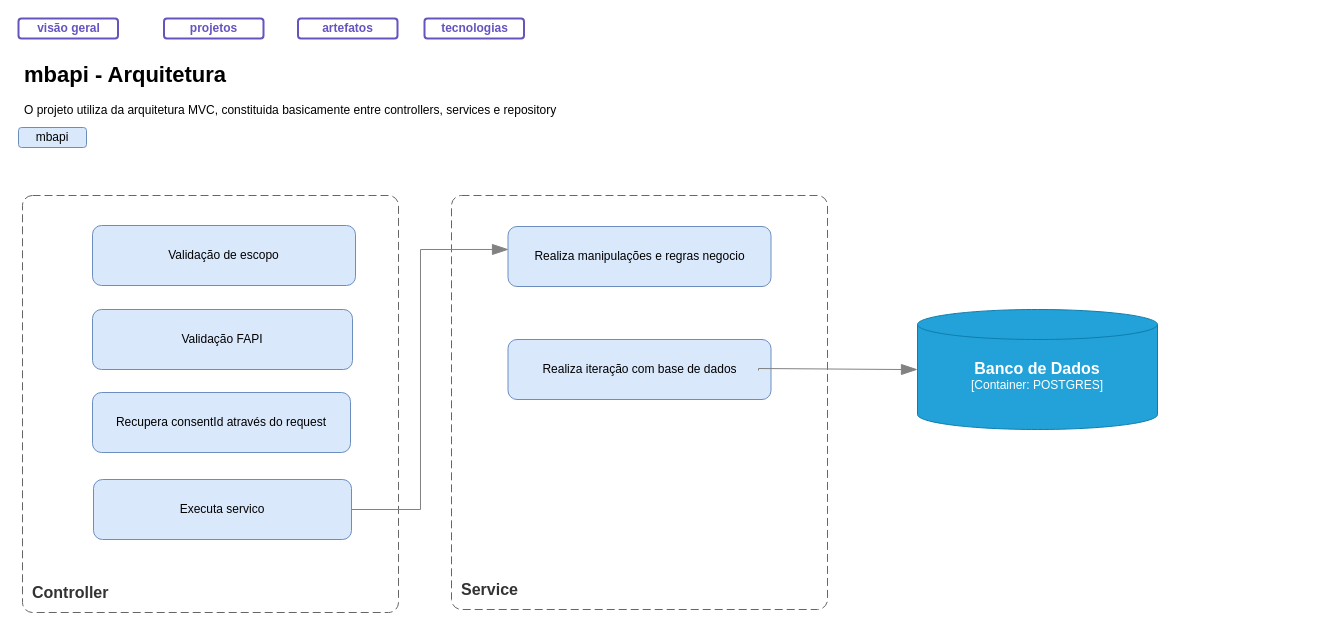
andretrindade/mock-bank-project keeps this draw.io diagram as page "mbapi - Arquitetura" (12 of 18) of as-is-mock-bank.drawio. Above is the earlier version. Source tidied: cells renumbered, new cells numbered last; positions are measured from the earlier drawing's top-left corner, leaving out a move shared by most shapes. Both pictures are drawn from the tidied source at 100%, with x=0, y=0 at pixel (18, 18).
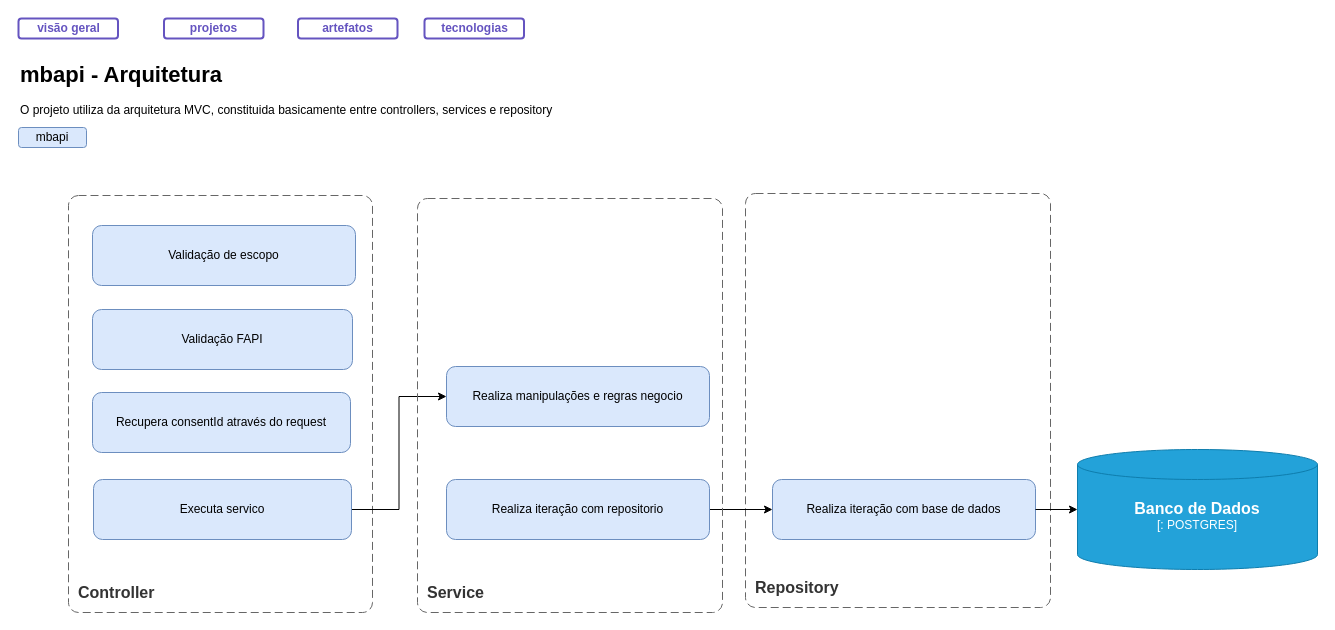
The same page after the edit.

Unchanged cells that the change refers to:
```xml
<mxCell id="10" value="Executa servico" style="rounded=1;whiteSpace=wrap;html=1;fillColor=#dae8fc;strokeColor=#6c8ebf;" parent="1" vertex="1">
  <mxGeometry x="75" y="461" width="258" height="60" as="geometry" />
</mxCell>
```

Change to the diagram source:
```diff
@@
     <object id="4" label="&lt;font style=&quot;font-size: 16px&quot;&gt;&lt;b&gt;&lt;div style=&quot;text-align: left&quot;&gt;%c4Name%&lt;/div&gt;&lt;/b&gt;&lt;/font&gt;&lt;div style=&quot;text-align: left&quot;&gt;&lt;/div&gt;" c4Name="Controller" placeholders="1">
       <mxCell style="rounded=1;fontSize=11;whiteSpace=wrap;html=1;dashed=1;arcSize=20;fillColor=none;strokeColor=#666666;fontColor=#333333;labelBackgroundColor=none;align=left;verticalAlign=bottom;labelBorderColor=none;spacingTop=0;spacing=10;dashPattern=8 4;perimeter=rectanglePerimeter;noLabel=0;labelPadding=0;absoluteArcSize=1;" parent="1" vertex="1">
-        <mxGeometry x="4" y="177" width="376" height="417" as="geometry" />
+        <mxGeometry x="50" y="177" width="304" height="417" as="geometry" />
       </mxCell>
     </object>
@@
-    <object id="6" label="&lt;font style=&quot;font-size: 16px&quot;&gt;&lt;b&gt;&lt;div style=&quot;text-align: left&quot;&gt;%c4Name%&lt;/div&gt;&lt;/b&gt;&lt;/font&gt;&lt;div style=&quot;text-align: left&quot;&gt;&lt;/div&gt;" c4Name="Service" placeholders="1">
+    <object id="6" label="&lt;font style=&quot;font-size: 16px&quot;&gt;&lt;b&gt;&lt;div style=&quot;text-align: left&quot;&gt;%c4Name%&lt;/div&gt;&lt;/b&gt;&lt;/font&gt;&lt;div style=&quot;text-align: left&quot;&gt;&lt;/div&gt;" c4Name="Repository" placeholders="1">
       <mxCell style="rounded=1;fontSize=11;whiteSpace=wrap;html=1;dashed=1;arcSize=20;fillColor=none;strokeColor=#666666;fontColor=#333333;labelBackgroundColor=none;align=left;verticalAlign=bottom;labelBorderColor=none;spacingTop=0;spacing=10;dashPattern=8 4;perimeter=rectanglePerimeter;noLabel=0;labelPadding=0;absoluteArcSize=1;" parent="1" vertex="1">
-        <mxGeometry x="433" y="177" width="376" height="414" as="geometry" />
+        <mxGeometry x="727" y="175" width="305" height="414" as="geometry" />
       </mxCell>
     </object>
     <mxCell id="7" value="Realiza manipulações e regras negocio" style="rounded=1;whiteSpace=wrap;html=1;fillColor=#dae8fc;strokeColor=#6c8ebf;" parent="1" vertex="1">
-      <mxGeometry x="489.5" y="208" width="263" height="60" as="geometry" />
+      <mxGeometry x="428" y="348" width="263" height="60" as="geometry" />
     </mxCell>
+    <mxCell id="19" style="edgeStyle=orthogonalEdgeStyle;rounded=0;jettySize=auto;html=1;entryX=0;entryY=0.5;entryDx=0;entryDy=0;" parent="1" edge="1" source="8" target="21">
+      <mxGeometry relative="1" as="geometry" />
+    </mxCell>
-    <mxCell id="8" value="Realiza iteração com base de dados" style="rounded=1;whiteSpace=wrap;html=1;fillColor=#dae8fc;strokeColor=#6c8ebf;" parent="1" vertex="1">
-      <mxGeometry x="489.5" y="321" width="263" height="60" as="geometry" />
+    <mxCell id="8" value="Realiza iteração com repositorio" style="rounded=1;whiteSpace=wrap;html=1;fillColor=#dae8fc;strokeColor=#6c8ebf;" parent="1" vertex="1">
+      <mxGeometry x="428" y="461" width="263" height="60" as="geometry" />
     </mxCell>
-    <mxCell id="9" style="endArrow=blockThin;html=1;fontSize=10;fontColor=#404040;strokeWidth=1;endFill=1;strokeColor=#828282;elbow=vertical;endSize=14;startSize=14;jumpStyle=arc;jumpSize=16;rounded=0;edgeStyle=orthogonalEdgeStyle;exitX=1;exitY=0.5;exitDx=0;exitDy=0;entryX=0.002;entryY=0.383;entryDx=0;entryDy=0;entryPerimeter=0;" parent="1" edge="1" source="10" target="7">
-      <mxGeometry relative="1" as="geometry">
-        <Array as="points">
-          <mxPoint x="402" y="491" />
-          <mxPoint x="402" y="231" />
-        </Array>
-      </mxGeometry>
+    <mxCell id="9" style="edgeStyle=orthogonalEdgeStyle;rounded=0;jettySize=auto;html=1;entryX=0;entryY=0.5;entryDx=0;entryDy=0;" parent="1" edge="1" source="10" target="7">
+      <mxGeometry relative="1" as="geometry" />
     </mxCell>
@@
-    <object id="11" label="&lt;font style=&quot;font-size: 16px&quot;&gt;&lt;b&gt;%c4Name%&lt;/b&gt;&lt;/font&gt;&lt;div&gt;[%c4Type%:&amp;nbsp;%c4Technology%]&lt;/div&gt;&lt;br&gt;&lt;div&gt;&lt;font style=&quot;font-size: 11px&quot;&gt;&lt;font color=&quot;#E6E6E6&quot;&gt;%c4Description%&lt;/font&gt;&lt;/div&gt;" c4Description="" c4Name="Banco de Dados" c4Technology="POSTGRES" c4Type="Container" placeholders="1">
+    <object id="11" label="&lt;font style=&quot;font-size: 16px&quot;&gt;&lt;b&gt;%c4Name%&lt;/b&gt;&lt;/font&gt;&lt;div&gt;[%c4Type%:&amp;nbsp;%c4Technology%]&lt;/div&gt;&lt;br&gt;&lt;div&gt;&lt;font style=&quot;font-size: 11px&quot;&gt;&lt;font color=&quot;#E6E6E6&quot;&gt;%c4Description%&lt;/font&gt;&lt;/div&gt;" c4Description="" c4Name="Banco de Dados" c4Technology="POSTGRES" c4Type="" placeholders="1">
       <mxCell style="shape=cylinder3;size=15;whiteSpace=wrap;html=1;boundedLbl=1;rounded=0;labelBackgroundColor=none;fillColor=#23A2D9;fontSize=12;fontColor=#ffffff;align=center;strokeColor=#0E7DAD;points=[[0.5,0,0],[1,0.25,0],[1,0.5,0],[1,0.75,0],[0.5,1,0],[0,0.75,0],[0,0.5,0],[0,0.25,0]];" parent="1" vertex="1">
-        <mxGeometry x="899" y="291" width="240" height="120" as="geometry" />
+        <mxGeometry x="1059" y="431" width="240" height="120" as="geometry" />
       </mxCell>
     </object>
-    <mxCell id="12" style="endArrow=blockThin;html=1;fontSize=10;fontColor=#404040;strokeWidth=1;endFill=1;strokeColor=#828282;elbow=vertical;endSize=14;startSize=14;jumpStyle=arc;jumpSize=16;rounded=0;edgeStyle=orthogonalEdgeStyle;exitX=1;exitY=0.5;exitDx=0;exitDy=0;entryX=0;entryY=0.5;entryDx=0;entryDy=0;entryPerimeter=0;" parent="1" edge="1" target="11">
-      <mxGeometry relative="1" as="geometry">
-        <mxPoint x="740" y="352" as="sourcePoint" />
-        <Array as="points">
-          <mxPoint x="740" y="350" />
-          <mxPoint x="866" y="350" />
-          <mxPoint x="866" y="351" />
-        </Array>
-      </mxGeometry>
-    </mxCell>
     <mxCell id="13" value="&lt;div&gt;&lt;b&gt;&lt;font style=&quot;font-size: 22px;&quot;&gt;mbapi - Arquitetura&lt;/font&gt;&lt;/b&gt;&lt;/div&gt;&lt;div&gt;&lt;span style=&quot;background-color: transparent; color: light-dark(rgb(0, 0, 0), rgb(255, 255, 255));&quot;&gt;&lt;br&gt;&lt;/span&gt;&lt;/div&gt;&lt;div&gt;&lt;span style=&quot;background-color: transparent; color: light-dark(rgb(0, 0, 0), rgb(255, 255, 255));&quot;&gt;O projeto utiliza da arquitetura MVC, constituida basicamente entre controllers, services e repository&lt;/span&gt;&lt;/div&gt;" style="text;html=1;align=left;verticalAlign=top;whiteSpace=wrap;rounded=0;" parent="1" vertex="1">
-      <mxGeometry x="4" y="37" width="639" height="158" as="geometry" />
+      <mxGeometry y="37" width="639" height="100" as="geometry" />
     </mxCell>
@@
+    <object id="20" label="&lt;font style=&quot;font-size: 16px&quot;&gt;&lt;b&gt;&lt;div style=&quot;text-align: left&quot;&gt;%c4Name%&lt;/div&gt;&lt;/b&gt;&lt;/font&gt;&lt;div style=&quot;text-align: left&quot;&gt;&lt;/div&gt;" c4Name="Service" placeholders="1">
+      <mxCell style="rounded=1;fontSize=11;whiteSpace=wrap;html=1;dashed=1;arcSize=20;fillColor=none;strokeColor=#666666;fontColor=#333333;labelBackgroundColor=none;align=left;verticalAlign=bottom;labelBorderColor=none;spacingTop=0;spacing=10;dashPattern=8 4;perimeter=rectanglePerimeter;noLabel=0;labelPadding=0;absoluteArcSize=1;" parent="1" vertex="1">
+        <mxGeometry x="399" y="180" width="305" height="414" as="geometry" />
+      </mxCell>
+    </object>
+    <mxCell id="21" value="Realiza iteração com base de dados" style="rounded=1;whiteSpace=wrap;html=1;fillColor=#dae8fc;strokeColor=#6c8ebf;" parent="1" vertex="1">
+      <mxGeometry x="754" y="461" width="263" height="60" as="geometry" />
+    </mxCell>
+    <mxCell id="22" style="edgeStyle=orthogonalEdgeStyle;rounded=0;jettySize=auto;html=1;entryX=0;entryY=0.5;entryDx=0;entryDy=0;entryPerimeter=0;" parent="1" edge="1" source="21" target="11">
+      <mxGeometry relative="1" as="geometry" />
+    </mxCell>
```
